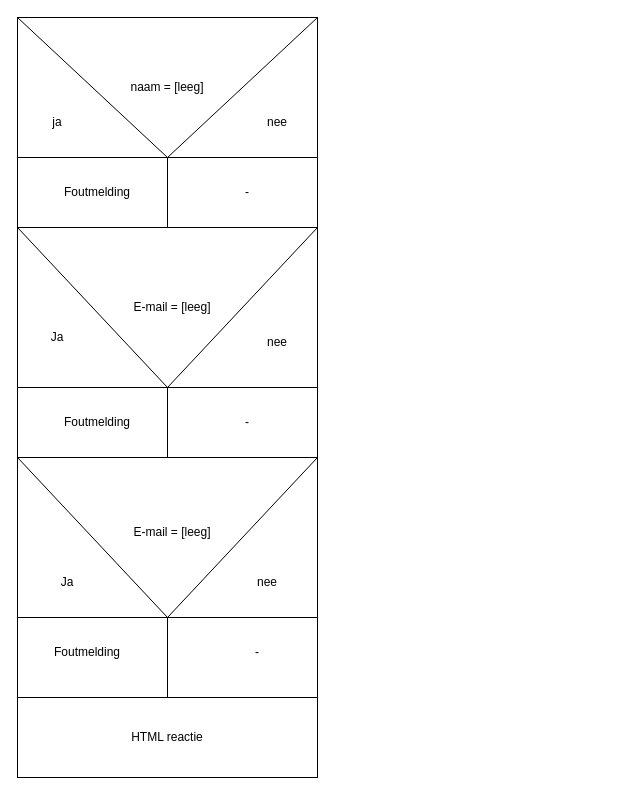
Earlier version of the draw.io diagram Images/test.drawio (Aimee22155/educom-my-first-php-website). Source tidied: cells renumbered, new cells numbered last; positions are measured from the earlier drawing's top-left corner, leaving out a move shared by most shapes. Both pictures are drawn from the tidied source at 100%, with x=0, y=0 at pixel (17, 17).
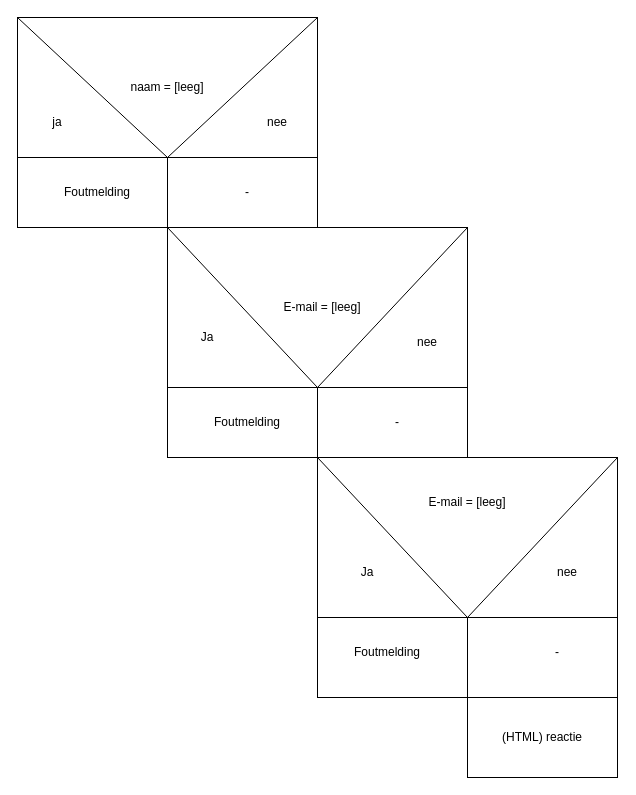
After the change.

The edit, as a diff of the source:
```diff
@@
     <mxCell id="7" style="rounded=0;whiteSpace=wrap;html=1;" parent="1" vertex="1">
-      <mxGeometry y="210" width="300" height="160" as="geometry" />
+      <mxGeometry x="150" y="210" width="300" height="160" as="geometry" />
     </mxCell>
@@
-    <mxCell id="10" style="endArrow=none;html=1;entryX=0;entryY=0;entryDx=0;entryDy=0;exitX=0.5;exitY=1;exitDx=0;exitDy=0;" parent="1" edge="1" source="7" target="7">
-      <mxGeometry relative="1" as="geometry" />
+    <mxCell id="10" style="endArrow=none;html=1;entryX=0;entryY=0;entryDx=0;entryDy=0;" parent="1" edge="1" target="7">
+      <mxGeometry relative="1" as="geometry">
+        <mxPoint x="300" y="370" as="sourcePoint" />
+      </mxGeometry>
     </mxCell>
     <mxCell id="11" style="endArrow=none;html=1;entryX=1;entryY=0;entryDx=0;entryDy=0;" parent="1" edge="1" target="7">
       <mxGeometry relative="1" as="geometry">
-        <mxPoint x="150" y="370" as="sourcePoint" />
+        <mxPoint x="300" y="370" as="sourcePoint" />
       </mxGeometry>
     </mxCell>
     <mxCell id="12" value="E-mail = [leeg]" style="text;html=1;strokeColor=none;fillColor=none;align=center;verticalAlign=middle;whiteSpace=wrap;rounded=0;" parent="1" vertex="1">
-      <mxGeometry x="110" y="275" width="90" height="30" as="geometry" />
+      <mxGeometry x="260" y="275" width="90" height="30" as="geometry" />
     </mxCell>
     <mxCell id="13" value="Ja" style="text;html=1;strokeColor=none;fillColor=none;align=center;verticalAlign=middle;whiteSpace=wrap;rounded=0;" parent="1" vertex="1">
-      <mxGeometry x="10" y="305" width="60" height="30" as="geometry" />
+      <mxGeometry x="160" y="305" width="60" height="30" as="geometry" />
     </mxCell>
     <mxCell id="14" value="nee" style="text;html=1;strokeColor=none;fillColor=none;align=center;verticalAlign=middle;whiteSpace=wrap;rounded=0;" parent="1" vertex="1">
-      <mxGeometry x="230" y="310" width="60" height="30" as="geometry" />
+      <mxGeometry x="380" y="310" width="60" height="30" as="geometry" />
     </mxCell>
     <mxCell id="15" style="rounded=0;whiteSpace=wrap;html=1;" parent="1" vertex="1">
-      <mxGeometry y="370" width="300" height="70" as="geometry" />
+      <mxGeometry x="150" y="370" width="300" height="70" as="geometry" />
     </mxCell>
     <mxCell id="16" value="Foutmelding" style="text;html=1;strokeColor=none;fillColor=none;align=center;verticalAlign=middle;whiteSpace=wrap;rounded=0;" parent="1" vertex="1">
-      <mxGeometry x="50" y="390" width="60" height="30" as="geometry" />
+      <mxGeometry x="200" y="390" width="60" height="30" as="geometry" />
     </mxCell>
-    <mxCell id="17" style="endArrow=none;html=1;entryX=0.5;entryY=1;entryDx=0;entryDy=0;" parent="1" edge="1" target="7">
-      <mxGeometry relative="1" as="geometry">
-        <mxPoint x="150" y="440" as="sourcePoint" />
-      </mxGeometry>
+    <mxCell id="17" style="endArrow=none;html=1;entryX=0.5;entryY=1;entryDx=0;entryDy=0;exitX=0.5;exitY=1;exitDx=0;exitDy=0;" parent="1" edge="1" source="15" target="7">
+      <mxGeometry relative="1" as="geometry" />
     </mxCell>
     <mxCell id="18" value="-" style="text;html=1;strokeColor=none;fillColor=none;align=center;verticalAlign=middle;whiteSpace=wrap;rounded=0;" parent="1" vertex="1">
-      <mxGeometry x="200" y="390" width="60" height="30" as="geometry" />
+      <mxGeometry x="350" y="390" width="60" height="30" as="geometry" />
     </mxCell>
     <mxCell id="19" style="rounded=0;whiteSpace=wrap;html=1;" parent="1" vertex="1">
-      <mxGeometry y="440" width="300" height="160" as="geometry" />
+      <mxGeometry x="300" y="440" width="300" height="160" as="geometry" />
     </mxCell>
     <mxCell id="20" style="rounded=0;whiteSpace=wrap;html=1;" parent="1" vertex="1">
-      <mxGeometry y="600" width="300" height="80" as="geometry" />
+      <mxGeometry x="300" y="600" width="300" height="80" as="geometry" />
     </mxCell>
     <mxCell id="21" value="-" style="text;html=1;strokeColor=none;fillColor=none;align=center;verticalAlign=middle;whiteSpace=wrap;rounded=0;" parent="1" vertex="1">
-      <mxGeometry x="210" y="620" width="60" height="30" as="geometry" />
+      <mxGeometry x="510" y="620" width="60" height="30" as="geometry" />
     </mxCell>
@@
     <mxCell id="23" value="Foutmelding" style="text;html=1;strokeColor=none;fillColor=none;align=center;verticalAlign=middle;whiteSpace=wrap;rounded=0;" parent="1" vertex="1">
-      <mxGeometry x="40" y="620" width="60" height="30" as="geometry" />
+      <mxGeometry x="340" y="620" width="60" height="30" as="geometry" />
     </mxCell>
@@
     <mxCell id="25" style="endArrow=none;html=1;entryX=0;entryY=0;entryDx=0;entryDy=0;" parent="1" edge="1">
       <mxGeometry relative="1" as="geometry">
-        <mxPoint x="150" y="600" as="sourcePoint" />
-        <mxPoint y="440" as="targetPoint" />
+        <mxPoint x="450" y="600" as="sourcePoint" />
+        <mxPoint x="300" y="440" as="targetPoint" />
       </mxGeometry>
     </mxCell>
     <mxCell id="26" value="E-mail = [leeg]" style="text;html=1;strokeColor=none;fillColor=none;align=center;verticalAlign=middle;whiteSpace=wrap;rounded=0;" parent="1" vertex="1">
-      <mxGeometry x="110" y="500" width="90" height="30" as="geometry" />
+      <mxGeometry x="405" y="470" width="90" height="30" as="geometry" />
     </mxCell>
     <mxCell id="27" value="Ja" style="text;html=1;strokeColor=none;fillColor=none;align=center;verticalAlign=middle;whiteSpace=wrap;rounded=0;" parent="1" vertex="1">
-      <mxGeometry x="20" y="550" width="60" height="30" as="geometry" />
+      <mxGeometry x="320" y="540" width="60" height="30" as="geometry" />
     </mxCell>
     <mxCell id="28" value="nee" style="text;html=1;strokeColor=none;fillColor=none;align=center;verticalAlign=middle;whiteSpace=wrap;rounded=0;" parent="1" vertex="1">
-      <mxGeometry x="220" y="550" width="60" height="30" as="geometry" />
+      <mxGeometry x="520" y="540" width="60" height="30" as="geometry" />
     </mxCell>
-    <mxCell id="29" value="HTML reactie" style="rounded=0;whiteSpace=wrap;html=1;" parent="1" vertex="1">
-      <mxGeometry y="680" width="300" height="80" as="geometry" />
+    <mxCell id="29" value="(HTML) reactie" style="rounded=0;whiteSpace=wrap;html=1;" parent="1" vertex="1">
+      <mxGeometry x="450" y="680" width="150" height="80" as="geometry" />
     </mxCell>
```
